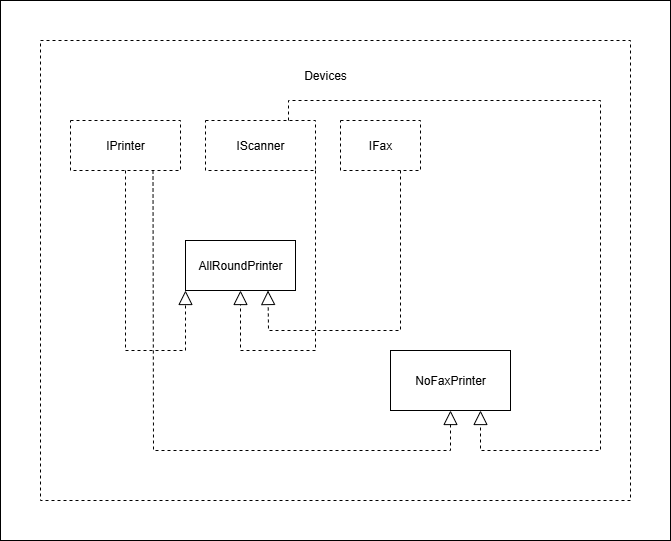
Earlier version of the draw.io export MultiFunctionPrinter.png (wanderer3519/MultiFunctionPrinter). Source tidied: cells renumbered, new cells last; positions are measured from the earlier drawing's top-left corner, leaving out a move shared by most shapes.
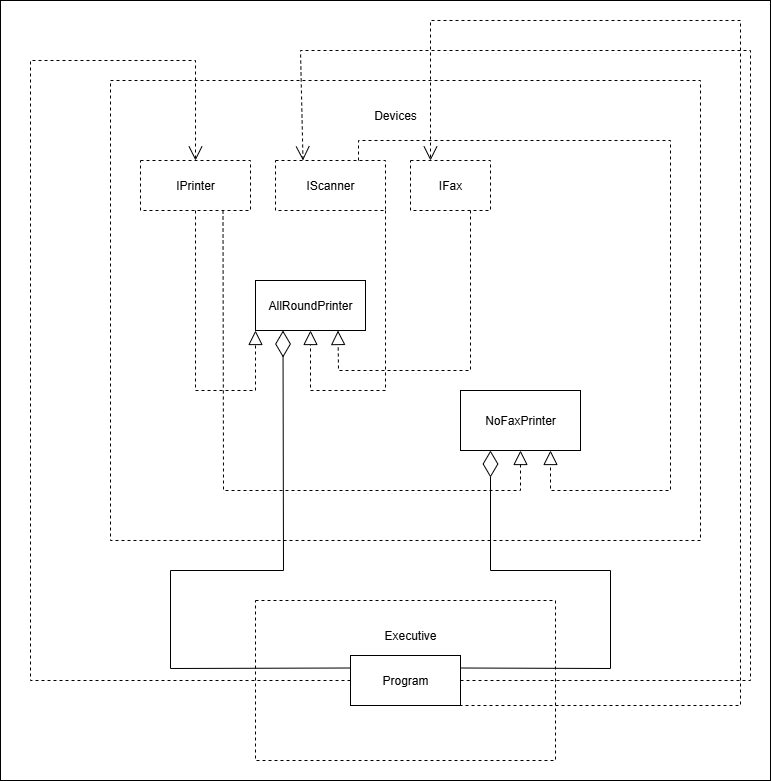
The same file after the commit.

Diff of the diagram source:
```diff
@@ -67,8 +67,63 @@
         </Array>
       </mxGeometry>
     </mxCell>
-    <mxCell id="14" style="html=1;whiteSpace=wrap;gradientColor=default;fillColor=none;" parent="1" vertex="1">
-      <mxGeometry width="670" height="540" as="geometry" />
-    </mxCell>
+    <mxCell id="15" style="rounded=0;whiteSpace=wrap;html=1;dashed=1;" parent="1" vertex="1">
+      <mxGeometry x="185" y="560" width="300" height="160" as="geometry" />
+    </mxCell>
+    <mxCell id="16" value="Executive" style="text;strokeColor=none;align=center;fillColor=none;html=1;verticalAlign=middle;whiteSpace=wrap;rounded=0;" parent="1" vertex="1">
+      <mxGeometry x="310" y="580" width="60" height="30" as="geometry" />
+    </mxCell>
+    <mxCell id="17" value="Program" style="html=1;whiteSpace=wrap;" parent="1" vertex="1">
+      <mxGeometry x="280" y="615" width="110" height="50" as="geometry" />
+    </mxCell>
+    <mxCell id="18" style="endArrow=open;endFill=1;endSize=12;html=1;rounded=0;exitX=0;exitY=0.5;exitDx=0;exitDy=0;entryX=0.5;entryY=0;entryDx=0;entryDy=0;dashed=1;" parent="1" edge="1" source="17" target="4">
+      <mxGeometry relative="1" as="geometry">
+        <Array as="points">
+          <mxPoint x="-40" y="640" />
+          <mxPoint x="-40" y="120" />
+          <mxPoint x="-40" y="20" />
+          <mxPoint x="125" y="20" />
+        </Array>
+      </mxGeometry>
+    </mxCell>
+    <mxCell id="19" style="endArrow=open;endFill=1;endSize=12;html=1;rounded=0;entryX=0.25;entryY=0;entryDx=0;entryDy=0;exitX=1;exitY=0.5;exitDx=0;exitDy=0;dashed=1;" parent="1" edge="1" source="17" target="5">
+      <mxGeometry relative="1" as="geometry">
+        <Array as="points">
+          <mxPoint x="680" y="640" />
+          <mxPoint x="680" y="10" />
+          <mxPoint x="230" y="10" />
+        </Array>
+      </mxGeometry>
+    </mxCell>
+    <mxCell id="20" style="endArrow=open;endFill=1;endSize=12;html=1;rounded=0;entryX=0.25;entryY=0;entryDx=0;entryDy=0;exitX=0.5;exitY=1;exitDx=0;exitDy=0;dashed=1;" parent="1" edge="1" source="17" target="6">
+      <mxGeometry relative="1" as="geometry">
+        <Array as="points">
+          <mxPoint x="670" y="665" />
+          <mxPoint x="670" y="-20" />
+          <mxPoint x="360" y="-20" />
+        </Array>
+      </mxGeometry>
+    </mxCell>
+    <mxCell id="21" style="endArrow=diamondThin;endFill=0;endSize=24;html=1;rounded=0;entryX=0.25;entryY=1;entryDx=0;entryDy=0;exitX=0;exitY=0.25;exitDx=0;exitDy=0;" parent="1" edge="1" source="17" target="7">
+      <mxGeometry relative="1" as="geometry">
+        <Array as="points">
+          <mxPoint x="100" y="628" />
+          <mxPoint x="100" y="530" />
+          <mxPoint x="213" y="530" />
+        </Array>
+      </mxGeometry>
+    </mxCell>
+    <mxCell id="22" style="endArrow=diamondThin;endFill=0;endSize=24;html=1;rounded=0;entryX=0.25;entryY=1;entryDx=0;entryDy=0;exitX=1;exitY=0.25;exitDx=0;exitDy=0;" parent="1" edge="1" source="17" target="11">
+      <mxGeometry relative="1" as="geometry">
+        <Array as="points">
+          <mxPoint x="540" y="628" />
+          <mxPoint x="540" y="530" />
+          <mxPoint x="420" y="530" />
+        </Array>
+      </mxGeometry>
+    </mxCell>
+    <mxCell id="23" style="html=1;whiteSpace=wrap;gradientColor=default;fillColor=none;" parent="1" vertex="1">
+      <mxGeometry x="-70" y="-40" width="770" height="780" as="geometry" />
+    </mxCell>
   </root>
 </mxGraphModel>
```
